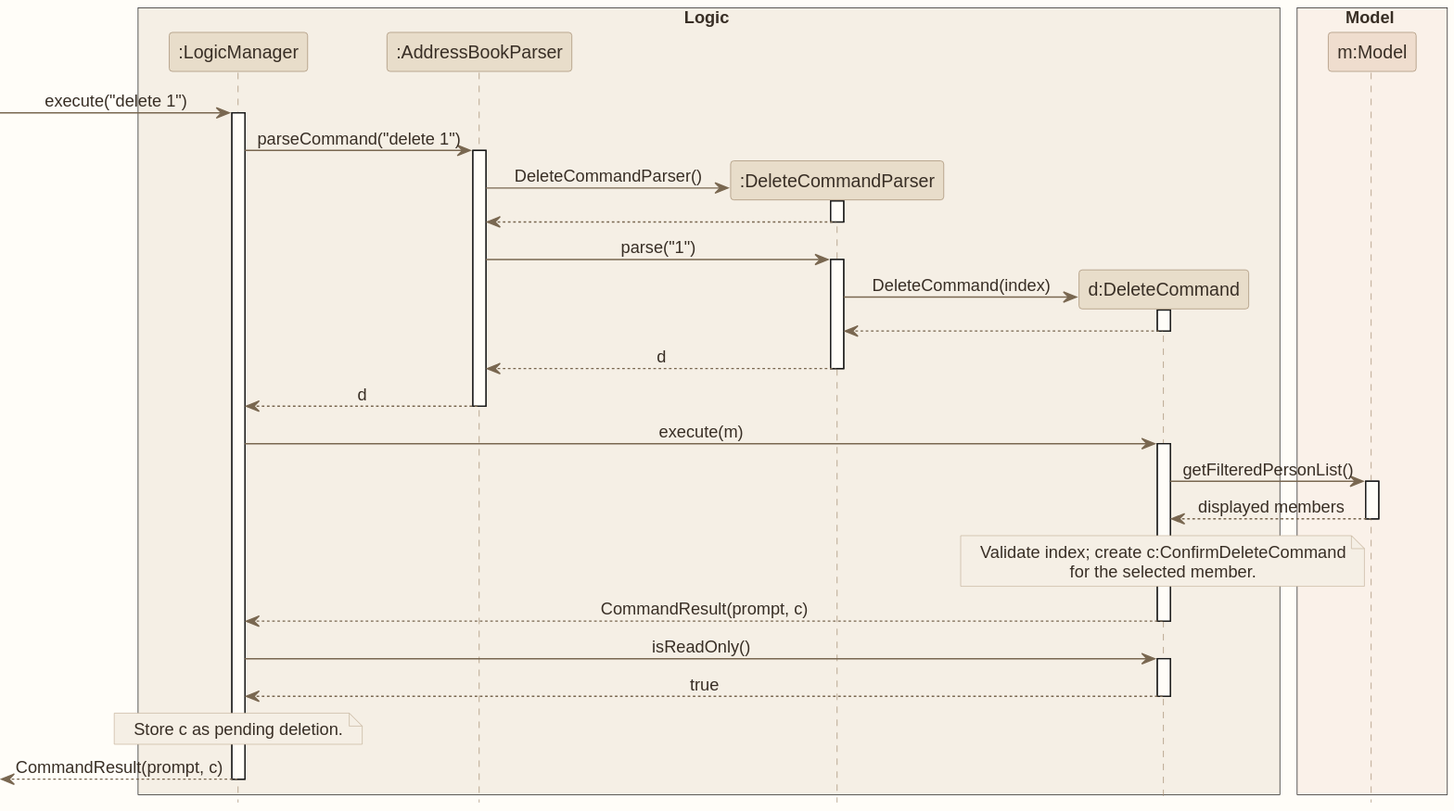
AY2627S1-CS2103T-W12-1/tp keeps this PlantUML diagram as docs/images/DeleteSequenceDiagram.svg. Above is the earlier version. Source of this version:
```plantuml
@startuml
!include style.puml
skinparam ArrowFontStyle plain

box Logic LOGIC_COLOR_T1
participant ":LogicManager" as LogicManager LOGIC_COLOR
participant ":AddressBookParser" as AddressBookParser LOGIC_COLOR
participant ":DeleteCommandParser" as DeleteCommandParser LOGIC_COLOR
participant "d:DeleteCommand" as DeleteCommand LOGIC_COLOR
end box
box Model MODEL_COLOR_T1
participant "m:Model" as Model MODEL_COLOR
end box

[-> LogicManager : execute("delete 1")
activate LogicManager
LogicManager -> AddressBookParser : parseCommand("delete 1")
activate AddressBookParser
create DeleteCommandParser
AddressBookParser -> DeleteCommandParser : DeleteCommandParser()
activate DeleteCommandParser
DeleteCommandParser --> AddressBookParser
deactivate DeleteCommandParser
AddressBookParser -> DeleteCommandParser : parse("1")
activate DeleteCommandParser
create DeleteCommand
DeleteCommandParser -> DeleteCommand : DeleteCommand(index)
activate DeleteCommand
DeleteCommand --> DeleteCommandParser
deactivate DeleteCommand
DeleteCommandParser --> AddressBookParser : d
deactivate DeleteCommandParser
AddressBookParser --> LogicManager : d
deactivate AddressBookParser
LogicManager -> DeleteCommand : execute(m)
activate DeleteCommand
DeleteCommand -> Model : getFilteredPersonList()
activate Model
Model --> DeleteCommand : displayed members
deactivate Model
note over DeleteCommand
Validate index; create c:ConfirmDeleteCommand
for the selected member.
end note
DeleteCommand --> LogicManager : CommandResult(prompt, c)
deactivate DeleteCommand
LogicManager -> DeleteCommand : isReadOnly()
activate DeleteCommand
DeleteCommand --> LogicManager : true
deactivate DeleteCommand
note over LogicManager: Store c as pending deletion.
[<-- LogicManager : CommandResult(prompt, c)
deactivate LogicManager
@enduml
```
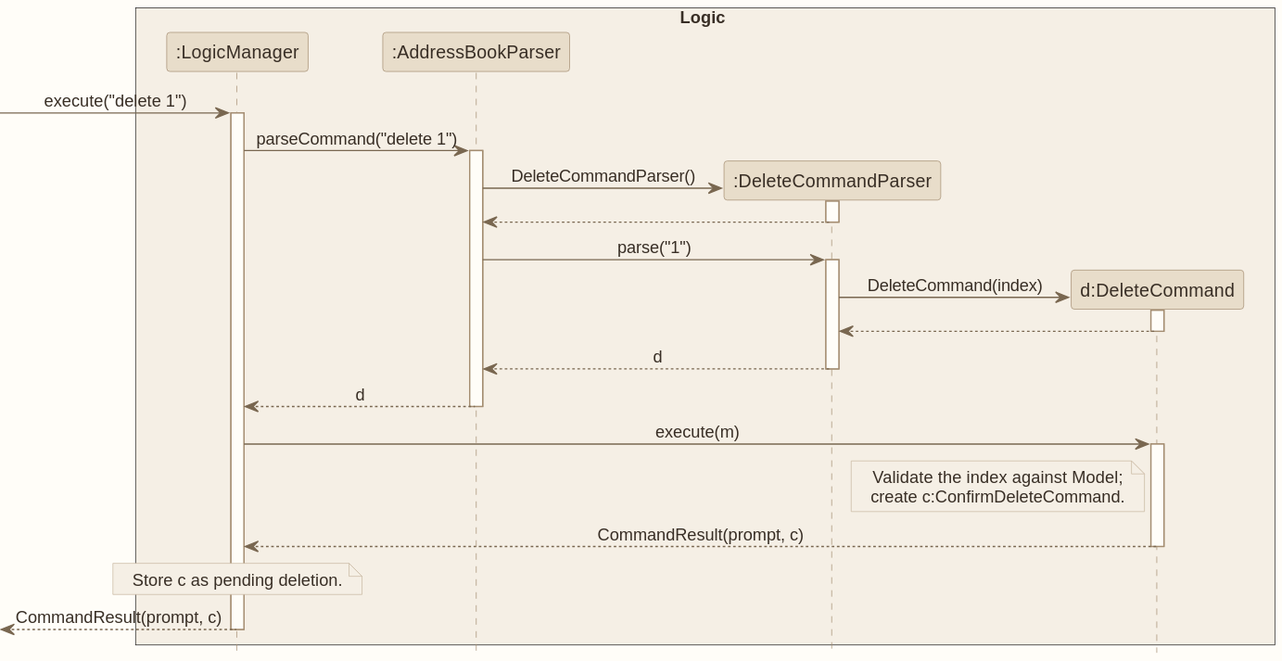
Later version of the same file.

Change to the diagram source:
```diff
@@ -7,9 +7,6 @@
 participant ":AddressBookParser" as AddressBookParser LOGIC_COLOR
 participant ":DeleteCommandParser" as DeleteCommandParser LOGIC_COLOR
 participant "d:DeleteCommand" as DeleteCommand LOGIC_COLOR
-end box
-box Model MODEL_COLOR_T1
-participant "m:Model" as Model MODEL_COLOR
 end box
 
 [-> LogicManager : execute("delete 1")
@@ -34,19 +31,11 @@
 deactivate AddressBookParser
 LogicManager -> DeleteCommand : execute(m)
 activate DeleteCommand
-DeleteCommand -> Model : getFilteredPersonList()
-activate Model
-Model --> DeleteCommand : displayed members
-deactivate Model
-note over DeleteCommand
-Validate index; create c:ConfirmDeleteCommand
-for the selected member.
+note left of DeleteCommand
+Validate the index against Model;
+create c:ConfirmDeleteCommand.
 end note
 DeleteCommand --> LogicManager : CommandResult(prompt, c)
-deactivate DeleteCommand
-LogicManager -> DeleteCommand : isReadOnly()
-activate DeleteCommand
-DeleteCommand --> LogicManager : true
 deactivate DeleteCommand
 note over LogicManager: Store c as pending deletion.
 [<-- LogicManager : CommandResult(prompt, c)
```
